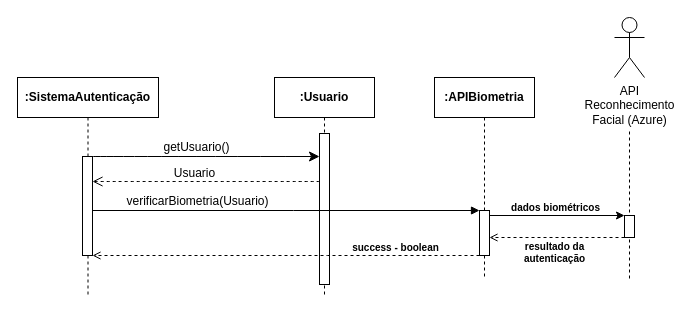
Earlier version of the draw.io diagram diagrama_sequencia/Diagrama_Sequencia_UC01.drawio (gb-cs-rt/home_broker). Source tidied: cells renumbered, new cells numbered last; positions are measured from the earlier drawing's top-left corner, leaving out a move shared by most shapes. Both pictures are drawn from the tidied source at 100%, with x=0, y=0 at pixel (17, 17).
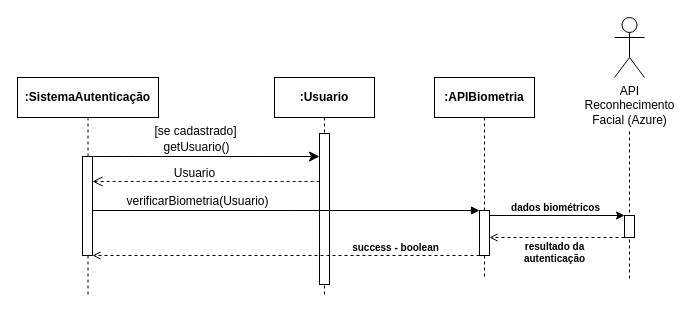
The same diagram, later.

Change to the diagram source:
```diff
@@
+    <mxCell id="23" value="[se cadastrado]" style="text;html=1;align=center;verticalAlign=middle;strokeColor=none;fillColor=none;" parent="1" vertex="1">
+      <mxGeometry x="128" y="101" width="100" height="26" as="geometry" />
+    </mxCell>
```
